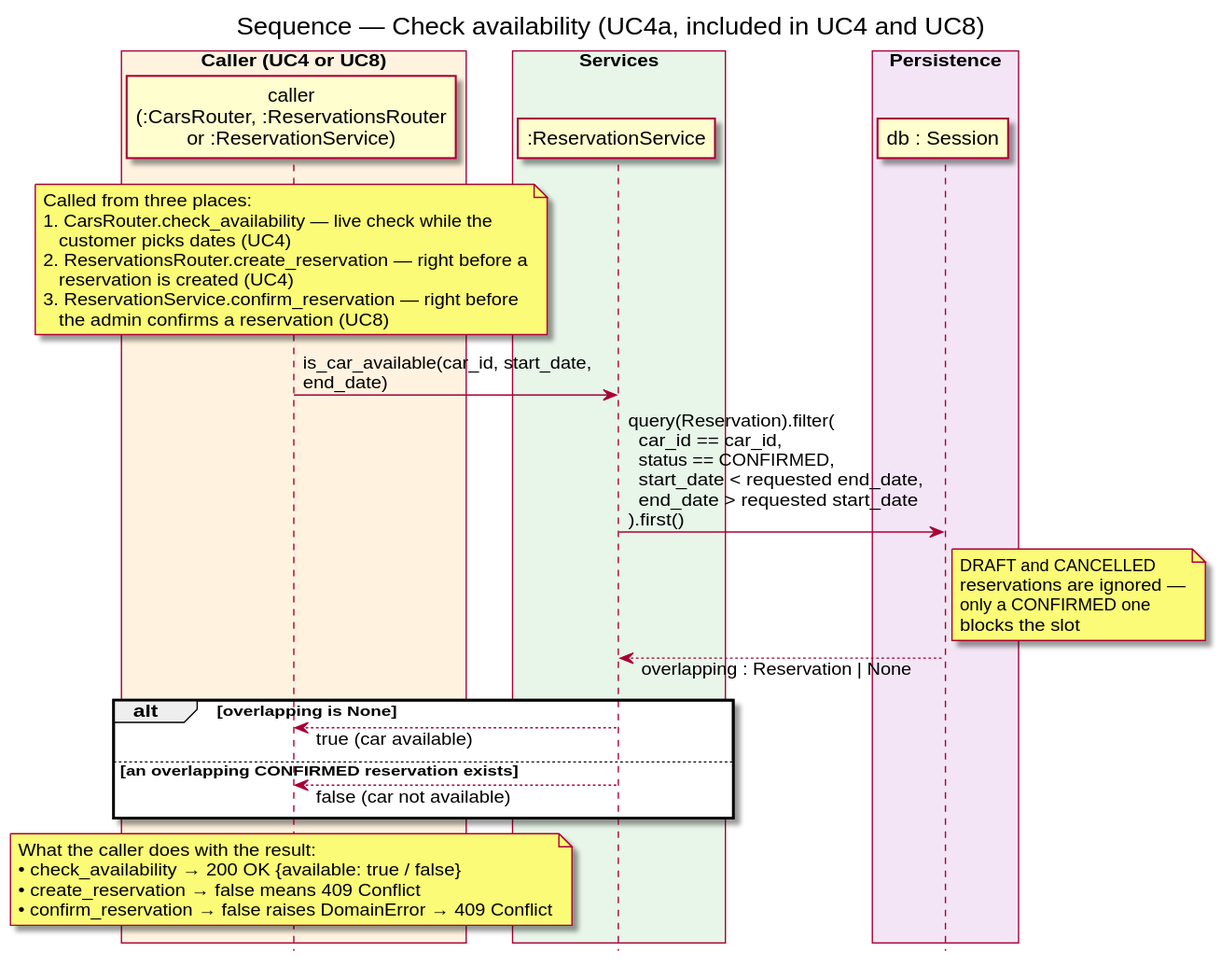
DavidMagyarics/CarRentalVSB keeps this PlantUML diagram as docs/diagrams/sequence-check-availability.svg. Above is the earlier version.
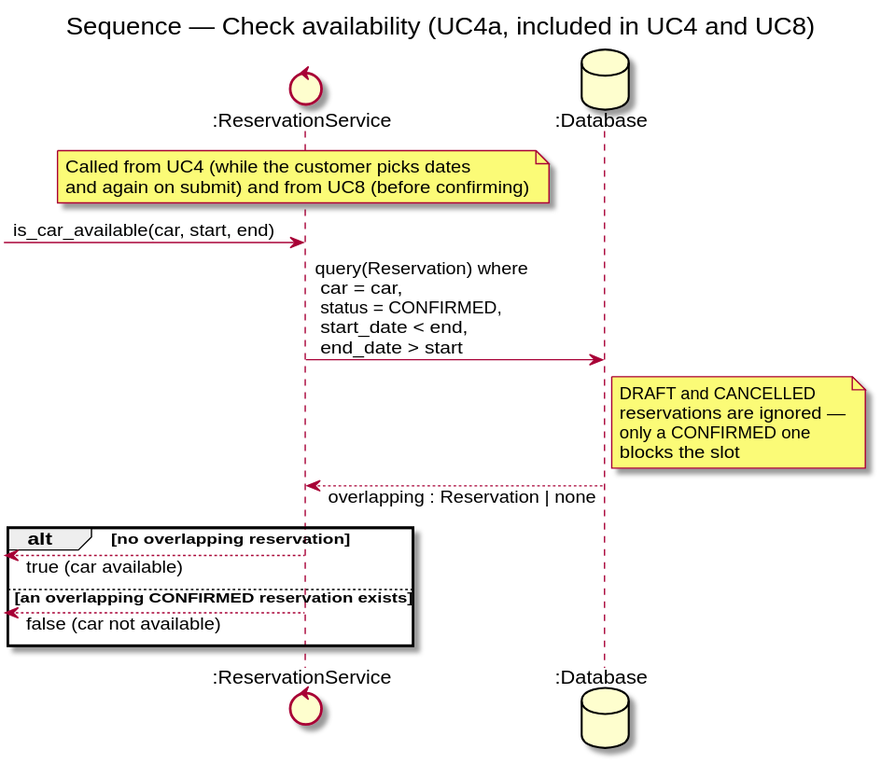
Later version of the same file.

What changed in the source:
```diff
@@ -1,50 +1,29 @@
 @startuml sequence-check-availability
 skinparam backgroundColor white
 skinparam responseMessageBelowArrow true
-skinparam maxMessageSize 240
-hide footbox
+skinparam maxMessageSize 260
 title Sequence — Check availability (UC4a, included in UC4 and UC8)
+control ":ReservationService" as Res
+database ":Database" as DB
 
-box "Caller (UC4 or UC8)" #FFF3E0
-  participant "caller\n(:CarsRouter, :ReservationsRouter\nor :ReservationService)" as Caller
-end box
-box "Services" #E8F5E9
-  participant ":ReservationService" as ResService
-end box
-box "Persistence" #F3E5F5
-  participant "db : Session" as DB
-end box
-
-note over Caller
-  Called from three places:
-  1. CarsRouter.check_availability — live check while the
-     customer picks dates (UC4)
-  2. ReservationsRouter.create_reservation — right before a
-     reservation is created (UC4)
-  3. ReservationService.confirm_reservation — right before
-     the admin confirms a reservation (UC8)
+note over Res
+  Called from UC4 (while the customer picks dates
+  and again on submit) and from UC8 (before confirming)
 end note
 
-Caller -> ResService : is_car_available(car_id, start_date, end_date)
-ResService -> DB : query(Reservation).filter(\n  car_id == car_id,\n  status == CONFIRMED,\n  start_date < requested end_date,\n  end_date > requested start_date\n).first()
+[-> Res : is_car_available(car, start, end)
+Res -> DB : query(Reservation) where\n car = car,\n status = CONFIRMED,\n start_date < end,\n end_date > start
 note right of DB
   DRAFT and CANCELLED
   reservations are ignored —
   only a CONFIRMED one
   blocks the slot
 end note
-DB --> ResService : overlapping : Reservation | None
+DB --> Res : overlapping : Reservation | none
 
-alt overlapping is None
-  ResService --> Caller : true (car available)
+alt no overlapping reservation
+  [<-- Res : true (car available)
 else an overlapping CONFIRMED reservation exists
-  ResService --> Caller : false (car not available)
+  [<-- Res : false (car not available)
 end
-
-note over Caller
-  What the caller does with the result:
-  • check_availability → 200 OK {available: true / false}
-  • create_reservation → false means 409 Conflict
-  • confirm_reservation → false raises DomainError → 409 Conflict
-end note
 @enduml
```
